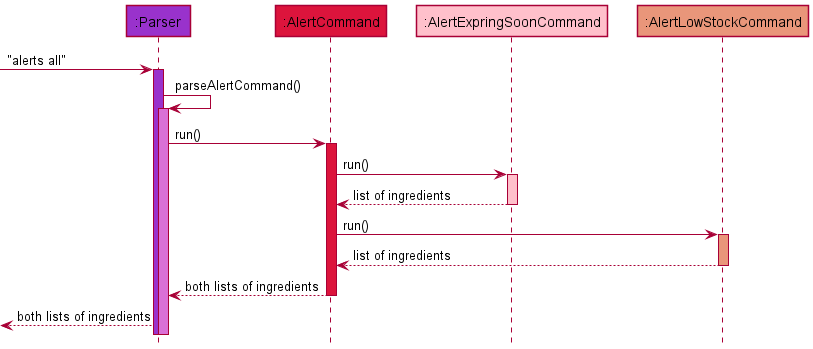
Above: docs/images/AlertsAllSequenceDiagram.png in nus-cs2113-AY2122S1/tp (PlantUML), before the change. Source of this version:
```plantuml
@startuml
!include style.puml

Participant ":Parser" as parser PARSER_COLOUR
Participant ":AlertCommand" as alert COMMAND_COLOUR
Participant ":AlertExpringSoonCommand" as alert_exp COMMAND_COLOUR_S1
Participant ":AlertLowStockCommand" as alert_stock COMMAND_COLOUR_S2


-> parser : "alerts all"
activate parser PARSER_COLOUR

parser -> parser : parseAlertCommand()
activate parser PARSER_COLOUR_S1

parser -> alert : run()
activate alert COMMAND_COLOUR

alert -> alert_exp : run()
activate alert_exp COMMAND_COLOUR_S1

alert_exp --> alert : list of ingredients
deactivate alert_exp

alert -> alert_stock: run()
activate alert_stock COMMAND_COLOUR_S2

alert_stock --> alert : list of ingredients
deactivate alert_stock

alert --> parser : both lists of ingredients
deactivate alert

<-- parser : both lists of ingredients



@enduml
```
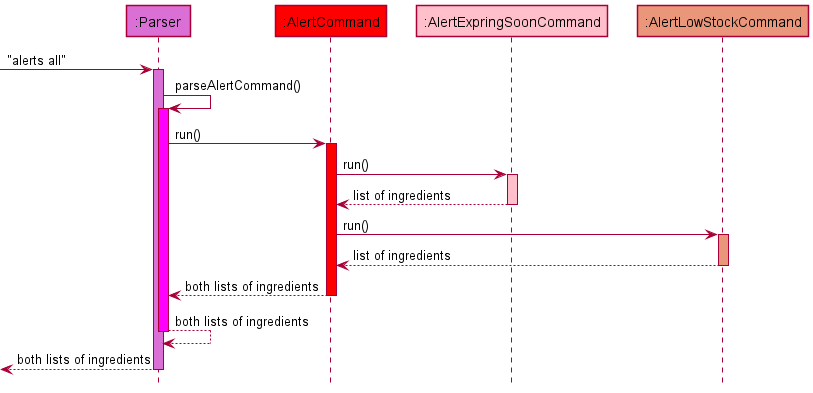
Above is the later version.

Commit message:
Some edits to diagram based on DG peer review

Change to the diagram source:
```diff
@@ -31,8 +31,11 @@
 alert --> parser : both lists of ingredients
 deactivate alert
 
+parser --> parser :both lists of ingredients
+deactivate parser
+
 <-- parser : both lists of ingredients
-
+deactivate parser
 
 
 @enduml
```
